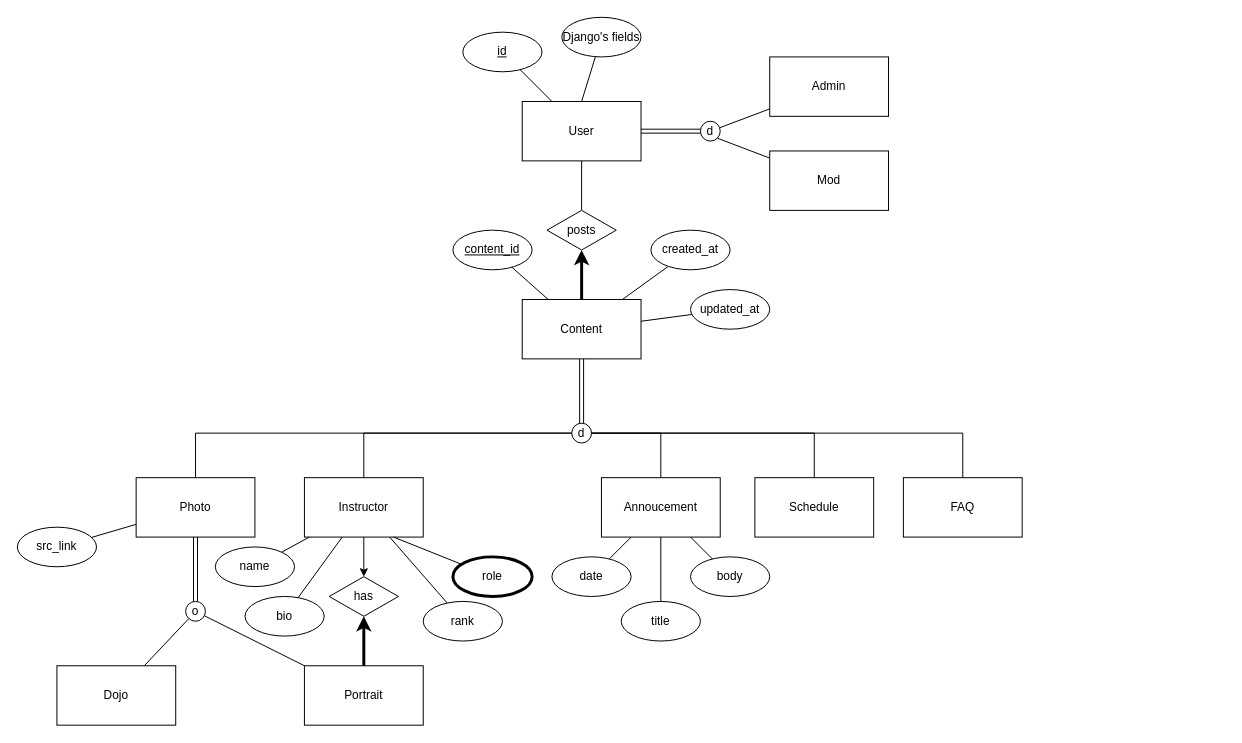
This is publics/EER.drawio from Pikalot/dojo-page, a draw.io file, before an edit. Source tidied: cells renumbered, new cells numbered last; positions are measured from the earlier drawing's top-left corner, leaving out a move shared by most shapes. Both pictures are drawn from the tidied source at 99%, with x=0, y=0 at pixel (17, 17).
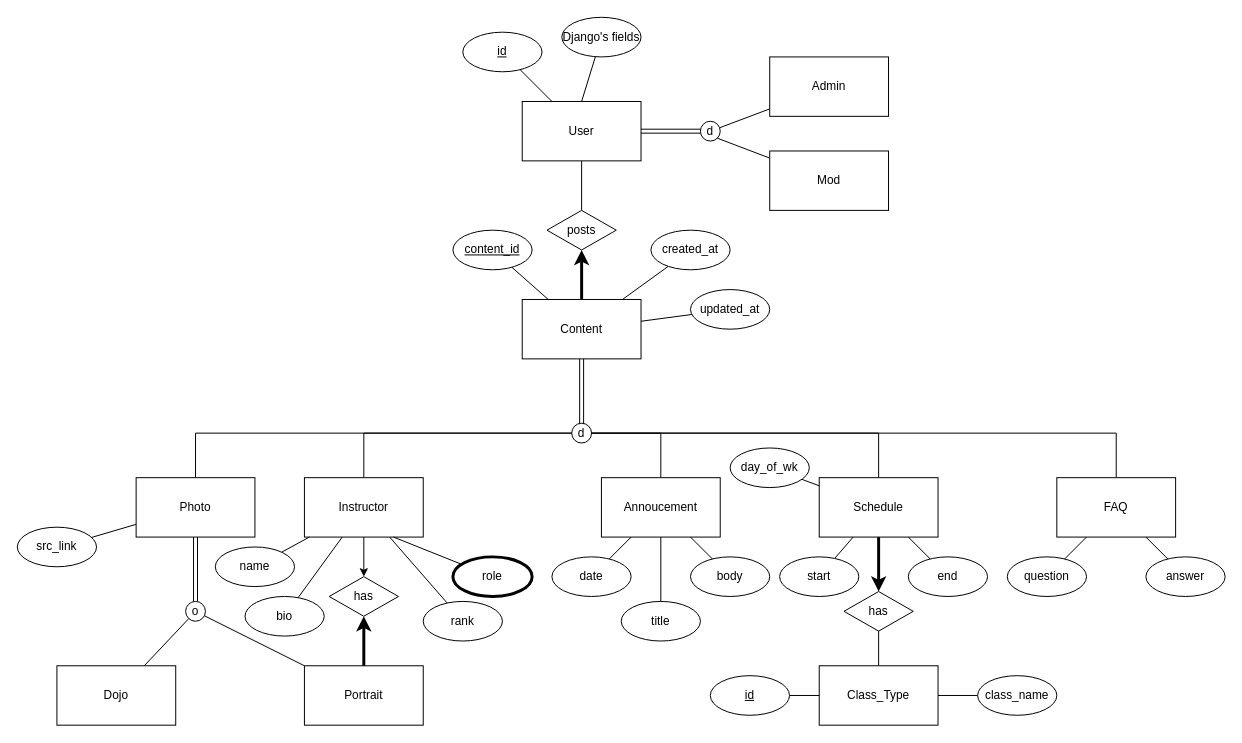
After the change.

What changed in the source:
```diff
@@
+    <mxCell id="60" style="edgeStyle=none;html=1;strokeWidth=3;" parent="1" edge="1" source="30" target="71">
+      <mxGeometry relative="1" as="geometry" />
+    </mxCell>
     <mxCell id="30" value="Schedule" style="rounded=0;whiteSpace=wrap;html=1;" parent="1" vertex="1">
-      <mxGeometry x="745" y="465" width="120" height="60" as="geometry" />
+      <mxGeometry x="810" y="465" width="120" height="60" as="geometry" />
     </mxCell>
@@
     <mxCell id="34" value="FAQ" style="rounded=0;whiteSpace=wrap;html=1;" parent="1" vertex="1">
-      <mxGeometry x="895" y="465" width="120" height="60" as="geometry" />
+      <mxGeometry x="1050" y="465" width="120" height="60" as="geometry" />
     </mxCell>
@@
+    <mxCell id="61" style="edgeStyle=none;html=1;endArrow=none;endFill=0;" parent="1" edge="1" source="62" target="34">
+      <mxGeometry relative="1" as="geometry" />
+    </mxCell>
+    <mxCell id="62" value="question" style="ellipse;whiteSpace=wrap;html=1;shapeInside=1;" parent="1" vertex="1">
+      <mxGeometry x="1000" y="545" width="80" height="40" as="geometry" />
+    </mxCell>
+    <mxCell id="63" style="edgeStyle=none;html=1;endArrow=none;endFill=0;" parent="1" edge="1" source="64" target="34">
+      <mxGeometry relative="1" as="geometry" />
+    </mxCell>
+    <mxCell id="64" value="answer" style="ellipse;whiteSpace=wrap;html=1;shapeInside=1;" parent="1" vertex="1">
+      <mxGeometry x="1140" y="545" width="80" height="40" as="geometry" />
+    </mxCell>
+    <mxCell id="65" style="edgeStyle=none;html=1;endArrow=none;endFill=0;" parent="1" edge="1" source="66" target="30">
+      <mxGeometry relative="1" as="geometry" />
+    </mxCell>
+    <mxCell id="66" value="start" style="ellipse;whiteSpace=wrap;html=1;shapeInside=1;" parent="1" vertex="1">
+      <mxGeometry x="770" y="545" width="80" height="40" as="geometry" />
+    </mxCell>
+    <mxCell id="67" style="edgeStyle=none;html=1;endArrow=none;endFill=0;" parent="1" edge="1" source="68" target="30">
+      <mxGeometry relative="1" as="geometry" />
+    </mxCell>
+    <mxCell id="68" value="end" style="ellipse;whiteSpace=wrap;html=1;shapeInside=1;" parent="1" vertex="1">
+      <mxGeometry x="900" y="545" width="80" height="40" as="geometry" />
+    </mxCell>
+    <mxCell id="69" style="edgeStyle=none;html=1;endArrow=none;endFill=0;" parent="1" edge="1" source="70" target="30">
+      <mxGeometry relative="1" as="geometry" />
+    </mxCell>
+    <mxCell id="70" value="day_of_wk" style="ellipse;whiteSpace=wrap;html=1;shapeInside=1;" parent="1" vertex="1">
+      <mxGeometry x="720" y="435" width="80" height="40" as="geometry" />
+    </mxCell>
+    <mxCell id="71" value="has" style="rhombus;whiteSpace=wrap;html=1;shapeInside=1;" parent="1" vertex="1">
+      <mxGeometry x="835" y="580" width="70" height="40" as="geometry" />
+    </mxCell>
+    <mxCell id="72" style="edgeStyle=none;html=1;endArrow=none;endFill=0;" parent="1" edge="1" source="73" target="71">
+      <mxGeometry relative="1" as="geometry" />
+    </mxCell>
+    <mxCell id="73" value="Class_Type" style="rounded=0;whiteSpace=wrap;html=1;" parent="1" vertex="1">
+      <mxGeometry x="810" y="655" width="120" height="60" as="geometry" />
+    </mxCell>
+    <mxCell id="74" style="edgeStyle=none;html=1;endArrow=none;endFill=0;" parent="1" edge="1" source="75" target="73">
+      <mxGeometry relative="1" as="geometry" />
+    </mxCell>
+    <mxCell id="75" value="&lt;u&gt;id&lt;/u&gt;" style="ellipse;whiteSpace=wrap;html=1;shapeInside=1;" parent="1" vertex="1">
+      <mxGeometry x="700" y="665" width="80" height="40" as="geometry" />
+    </mxCell>
+    <mxCell id="76" style="edgeStyle=none;html=1;endArrow=none;endFill=0;" parent="1" edge="1" source="77" target="73">
+      <mxGeometry relative="1" as="geometry" />
+    </mxCell>
+    <mxCell id="77" value="class_name" style="ellipse;whiteSpace=wrap;html=1;shapeInside=1;" parent="1" vertex="1">
+      <mxGeometry x="970" y="665" width="80" height="40" as="geometry" />
+    </mxCell>
```
